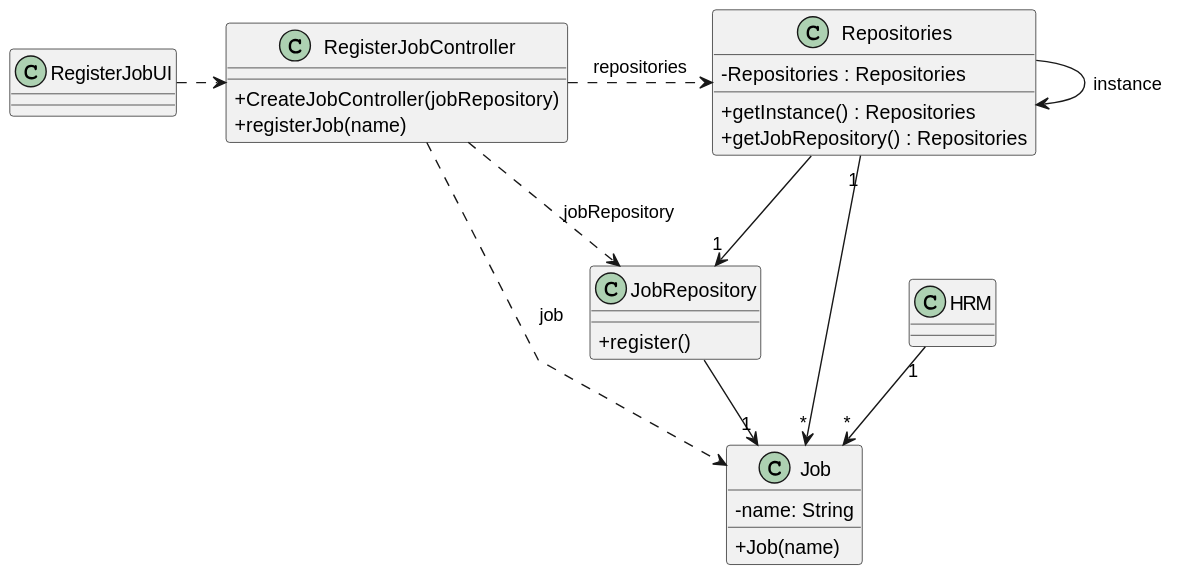
Above: docs/sprintB/us002/03.design/svg/us002-class-diagram.svg in diogoveirospro/lei-24-s2-1dg-g072 (PlantUML), before the change.
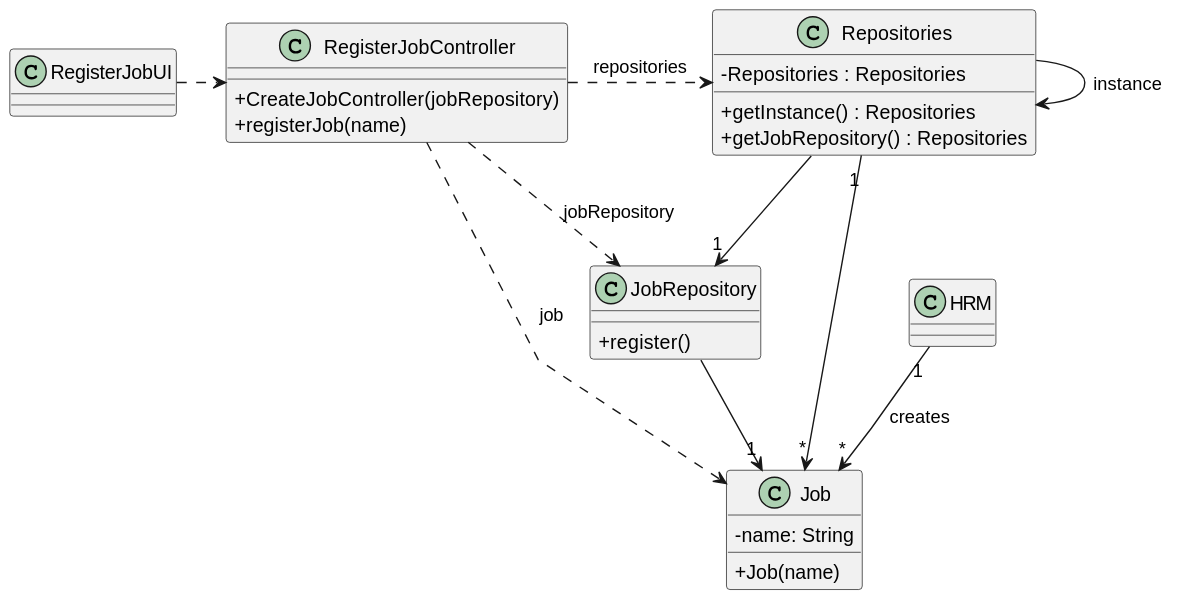
Above is the later version.

Commit message:
US2's Class Diagram

Change to the diagram source:
```diff
@@ -35,7 +35,7 @@
 }
 
 
-HRM "1" --> "*" Job
+HRM "1" --> "*" Job : creates
 Repositories "1" --> "*" Job
 RegisterJobUI .> RegisterJobController
 RegisterJobController .> Repositories : repositories
```
